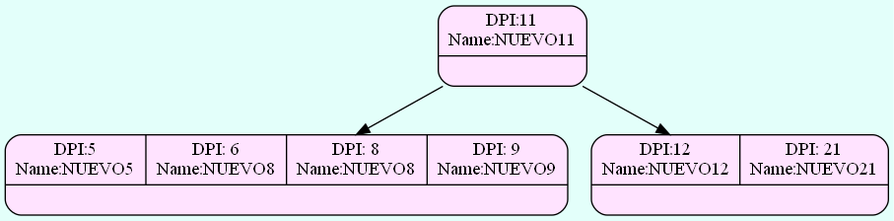
Serch-ING/EDD_UDRAWING_202000119 keeps this Graphviz diagram as FASE 2/Grafico/Admin_Btree_Clients.png. Above is the earlier version. Its source is kept beside it as FASE 2/Grafico/Admin_Btree_Clients.dot.
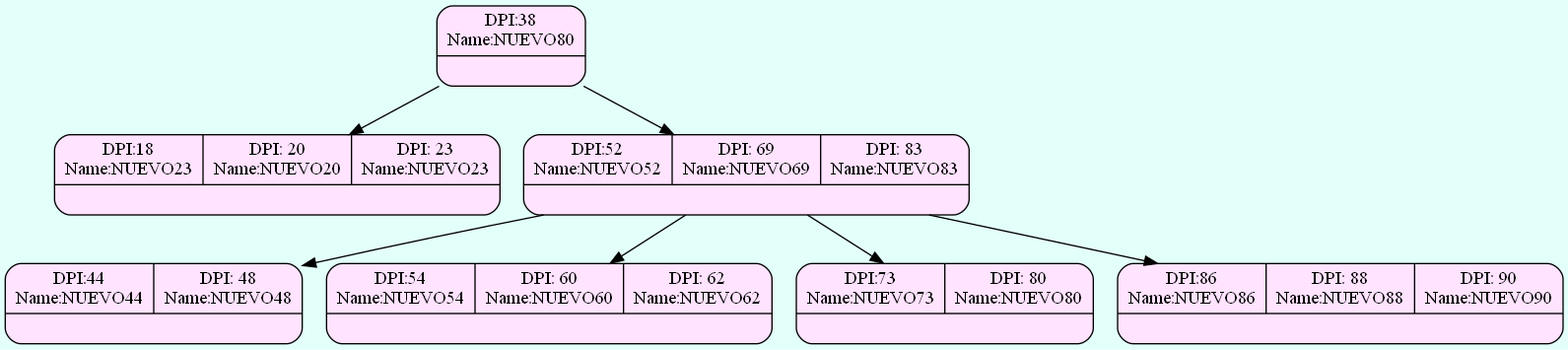
Later version of the same file.

What changed in the source:
```diff
@@ -1,10 +1,18 @@
 digraph structs {
   bgcolor = "#E3FFFA"
  node [shape=Mrecord fillcolor="#FFE3FF" style =filled];
-struct892251773[label="{{DPI:11\nName:NUEVO11}|<here>}"];
-struct78236345[label="{{DPI:5\nName:NUEVO5|DPI: 6\nName:NUEVO8|DPI: 8\nName:NUEVO8|DPI: 9\nName:NUEVO9}|<here>}"];
-struct1172716772[label="{{DPI:12\nName:NUEVO12|DPI: 21\nName:NUEVO21}|<here>}"];
+struct1377033838[label="{{DPI:38\nName:NUEVO80}|<here>}"];
+struct1890947832[label="{{DPI:18\nName:NUEVO23|DPI: 20\nName:NUEVO20|DPI: 23\nName:NUEVO23}|<here>}"];
+struct1221991561[label="{{DPI:52\nName:NUEVO52|DPI: 69\nName:NUEVO69|DPI: 83\nName:NUEVO83}|<here>}"];
+struct844057639[label="{{DPI:44\nName:NUEVO44|DPI: 48\nName:NUEVO48}|<here>}"];
+struct1347949463[label="{{DPI:54\nName:NUEVO54|DPI: 60\nName:NUEVO60|DPI: 62\nName:NUEVO62}|<here>}"];
+struct484525418[label="{{DPI:73\nName:NUEVO73|DPI: 80\nName:NUEVO80}|<here>}"];
+struct2132426047[label="{{DPI:86\nName:NUEVO86|DPI: 88\nName:NUEVO88|DPI: 90\nName:NUEVO90}|<here>}"];
 
-struct892251773->struct78236345;
-struct892251773->struct1172716772;
+struct1377033838->struct1890947832;
+struct1377033838->struct1221991561;
+struct1221991561->struct844057639;
+struct1221991561->struct1347949463;
+struct1221991561->struct484525418;
+struct1221991561->struct2132426047;
 }
```
